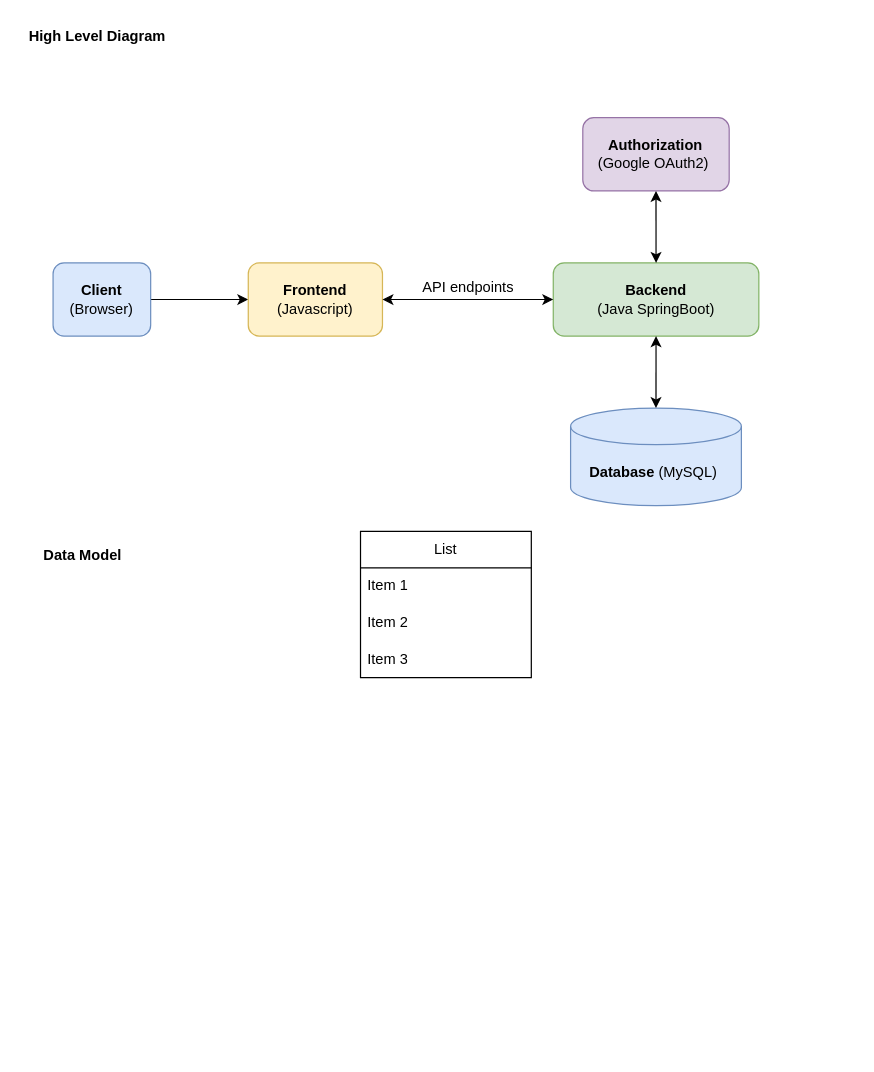
Above: backend/src/main/resources/Diagram.drawio in tathienbao/Backend-BookReview (draw.io), before the change. Source tidied: cells renumbered, new cells numbered last; positions are measured from the earlier drawing's top-left corner, leaving out a move shared by most shapes. Both pictures are drawn from the tidied source at 122%, with x=0, y=0 at pixel (21, 21).
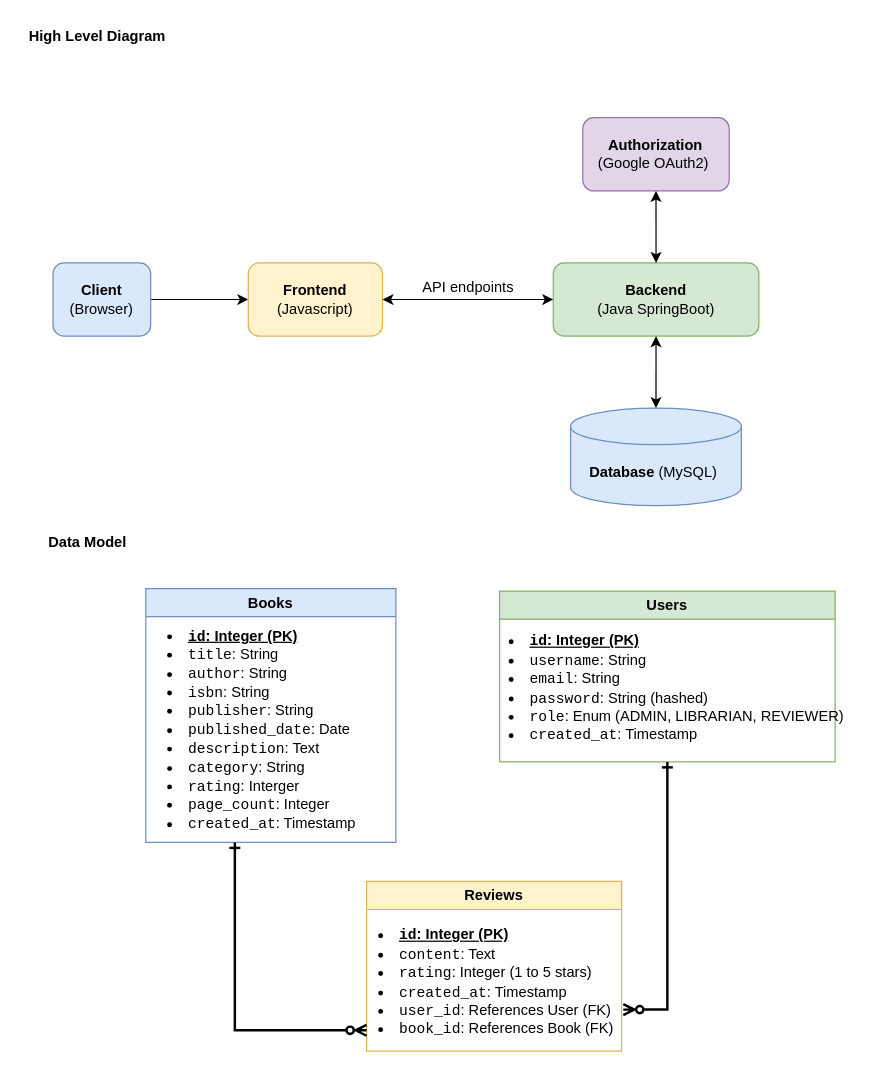
The same page after the edit.

Change to the diagram source:
```diff
@@
     <mxCell id="13" value="Data Model" style="text;html=1;align=center;verticalAlign=middle;strokeColor=none;fillColor=none;fontStyle=1;" parent="1" vertex="1">
-      <mxGeometry x="10" y="425" width="79" height="26" as="geometry" />
+      <mxGeometry x="14" y="414" width="79" height="26" as="geometry" />
     </mxCell>
-    <mxCell id="14" value="List" style="swimlane;fontStyle=0;horizontal=1;startSize=30;whiteSpace=wrap;html=1;" parent="1" vertex="1">
-      <mxGeometry x="278" y="418" width="140" height="120" as="geometry" />
-    </mxCell>
-    <mxCell id="15" value="Item 1" style="text;strokeColor=none;fillColor=none;align=left;verticalAlign=middle;spacingLeft=4;spacingRight=4;overflow=hidden;whiteSpace=wrap;html=1;" parent="14" vertex="1">
-      <mxGeometry y="30" width="140" height="30" as="geometry" />
-    </mxCell>
-    <mxCell id="16" value="Item 2" style="text;strokeColor=none;fillColor=none;align=left;verticalAlign=middle;spacingLeft=4;spacingRight=4;overflow=hidden;whiteSpace=wrap;html=1;" parent="14" vertex="1">
-      <mxGeometry y="60" width="140" height="30" as="geometry" />
-    </mxCell>
-    <mxCell id="17" value="Item 3" style="text;strokeColor=none;fillColor=none;align=left;verticalAlign=middle;spacingLeft=4;spacingRight=4;overflow=hidden;whiteSpace=wrap;html=1;" parent="14" vertex="1">
-      <mxGeometry y="90" width="140" height="30" as="geometry" />
-    </mxCell>
+    <mxCell id="18" value="Books" style="swimlane;whiteSpace=wrap;html=1;fillColor=#dae8fc;strokeColor=#6c8ebf;startSize=23;" parent="1" vertex="1">
+      <mxGeometry x="102" y="465" width="205" height="208" as="geometry" />
+    </mxCell>
+    <mxCell id="19" value="Users" style="swimlane;whiteSpace=wrap;html=1;fillColor=#d5e8d4;strokeColor=#82b366;" parent="1" vertex="1">
+      <mxGeometry x="392" y="467" width="275" height="140" as="geometry" />
+    </mxCell>
+    <mxCell id="20" value="&lt;li&gt;&lt;b&gt;&lt;u&gt;&lt;code&gt;id&lt;/code&gt;: Integer (PK)&lt;/u&gt;&lt;/b&gt;&lt;/li&gt;&lt;li&gt;&lt;code&gt;username&lt;/code&gt;: String&lt;/li&gt;&lt;li&gt;&lt;code&gt;email&lt;/code&gt;: String&lt;/li&gt;&lt;li&gt;&lt;code&gt;password&lt;/code&gt;: String (hashed)&lt;/li&gt;&lt;li&gt;&lt;code&gt;role&lt;/code&gt;: Enum (ADMIN, LIBRARIAN, REVIEWER)&lt;/li&gt;&lt;li&gt;&lt;code&gt;created_at&lt;/code&gt;: Timestamp&lt;/li&gt;" style="text;html=1;align=left;verticalAlign=middle;strokeColor=none;fillColor=none;" parent="19" vertex="1">
+      <mxGeometry x="6" y="28" width="284" height="104" as="geometry" />
+    </mxCell>
+    <mxCell id="21" value="Reviews" style="swimlane;whiteSpace=wrap;html=1;fillColor=#fff2cc;strokeColor=#d6b656;" parent="1" vertex="1">
+      <mxGeometry x="283" y="705" width="209" height="139" as="geometry" />
+    </mxCell>
+    <mxCell id="22" value="&lt;li&gt;&lt;b&gt;&lt;u&gt;&lt;code&gt;id&lt;/code&gt;: Integer (PK)&lt;/u&gt;&lt;/b&gt;&lt;/li&gt;&lt;li&gt;&lt;code&gt;content&lt;/code&gt;: Text&lt;/li&gt;&lt;li&gt;&lt;code&gt;rating&lt;/code&gt;: Integer (1 to 5 stars)&lt;/li&gt;&lt;li&gt;&lt;code&gt;created_at&lt;/code&gt;: Timestamp&lt;/li&gt;&lt;li&gt;&lt;code style=&quot;background-color: initial;&quot;&gt;user_id&lt;/code&gt;&lt;span style=&quot;background-color: initial;&quot;&gt;: References User (FK)&lt;/span&gt;&lt;/li&gt;&lt;li&gt;&lt;code style=&quot;background-color: initial;&quot;&gt;book_id&lt;/code&gt;&lt;span style=&quot;background-color: initial;&quot;&gt;: References Book (FK)&lt;/span&gt;&lt;/li&gt;" style="text;html=1;align=left;verticalAlign=middle;points=[];strokeColor=none;fillColor=none;" parent="21" vertex="1">
+      <mxGeometry x="8" y="31" width="202" height="104" as="geometry" />
+    </mxCell>
+    <mxCell id="23" style="endArrow=ERone;startArrow=ERzeroToMany;html=1;rounded=0;exitX=1.002;exitY=0.712;exitDx=0;exitDy=0;exitPerimeter=0;startFill=0;endFill=0;entryX=0.5;entryY=1;entryDx=0;entryDy=0;edgeStyle=orthogonalEdgeStyle;strokeWidth=2;" parent="1" edge="1" source="22" target="19">
+      <mxGeometry relative="1" as="geometry" />
+    </mxCell>
+    <mxCell id="24" style="edgeStyle=orthogonalEdgeStyle;rounded=0;orthogonalLoop=1;jettySize=auto;html=1;endArrow=ERzeroToMany;endFill=0;startArrow=ERone;startFill=0;strokeWidth=2;" parent="1" edge="1">
+      <mxGeometry relative="1" as="geometry">
+        <mxPoint x="175" y="673" as="sourcePoint" />
+        <mxPoint x="283" y="827" as="targetPoint" />
+        <Array as="points">
+          <mxPoint x="174.5" y="827" />
+        </Array>
+      </mxGeometry>
+    </mxCell>
+    <mxCell id="25" value="&lt;li&gt;&lt;u&gt;&lt;b&gt;&lt;code&gt;id&lt;/code&gt;: Integer (PK)&lt;/b&gt;&lt;/u&gt;&lt;/li&gt;&lt;li&gt;&lt;code style=&quot;background-color: initial;&quot;&gt;title&lt;/code&gt;&lt;span style=&quot;background-color: initial;&quot;&gt;: String&lt;/span&gt;&lt;/li&gt;&lt;li&gt;&lt;code&gt;author&lt;/code&gt;: String&lt;/li&gt;&lt;li&gt;&lt;code&gt;isbn&lt;/code&gt;: String&lt;/li&gt;&lt;li&gt;&lt;code&gt;publisher&lt;/code&gt;: String&lt;/li&gt;&lt;li&gt;&lt;code&gt;published_date&lt;/code&gt;: Date&lt;/li&gt;&lt;li&gt;&lt;code&gt;description&lt;/code&gt;: Text&lt;/li&gt;&lt;li&gt;&lt;code&gt;category&lt;/code&gt;: String&lt;/li&gt;&lt;li&gt;&lt;code&gt;rating&lt;/code&gt;: Interger&lt;/li&gt;&lt;li&gt;&lt;code&gt;page_count&lt;/code&gt;: Integer&lt;/li&gt;&lt;li&gt;&lt;code&gt;created_at&lt;/code&gt;: Timestamp&lt;/li&gt;" style="text;html=1;align=left;verticalAlign=middle;strokeColor=none;fillColor=none;" parent="1" vertex="1">
+      <mxGeometry x="118" y="490" width="157" height="181" as="geometry" />
+    </mxCell>
```
